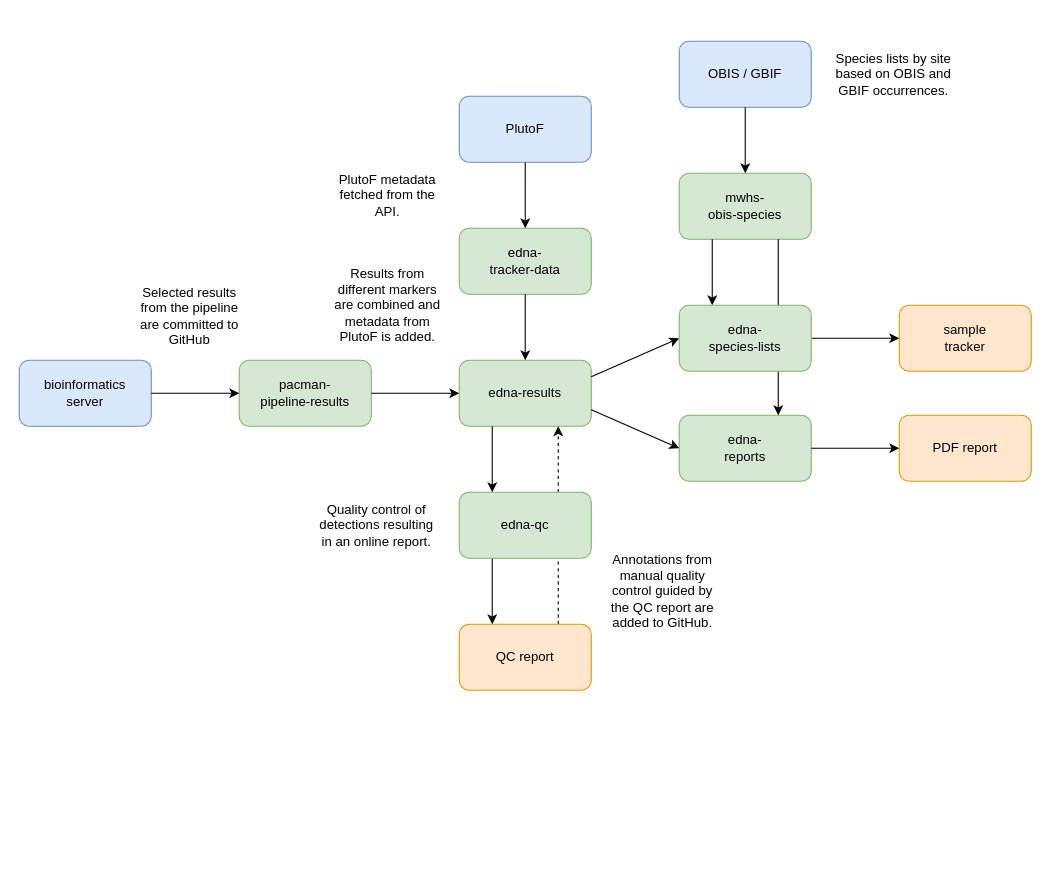
iobis/edna-expeditions keeps this draw.io diagram as data_flow.drawio. Above is the earlier version. Source tidied: cells renumbered, new cells numbered last; positions are measured from the earlier drawing's top-left corner, leaving out a move shared by most shapes. Both pictures are drawn from the tidied source at 110%, with x=0, y=0 at pixel (19, 19).
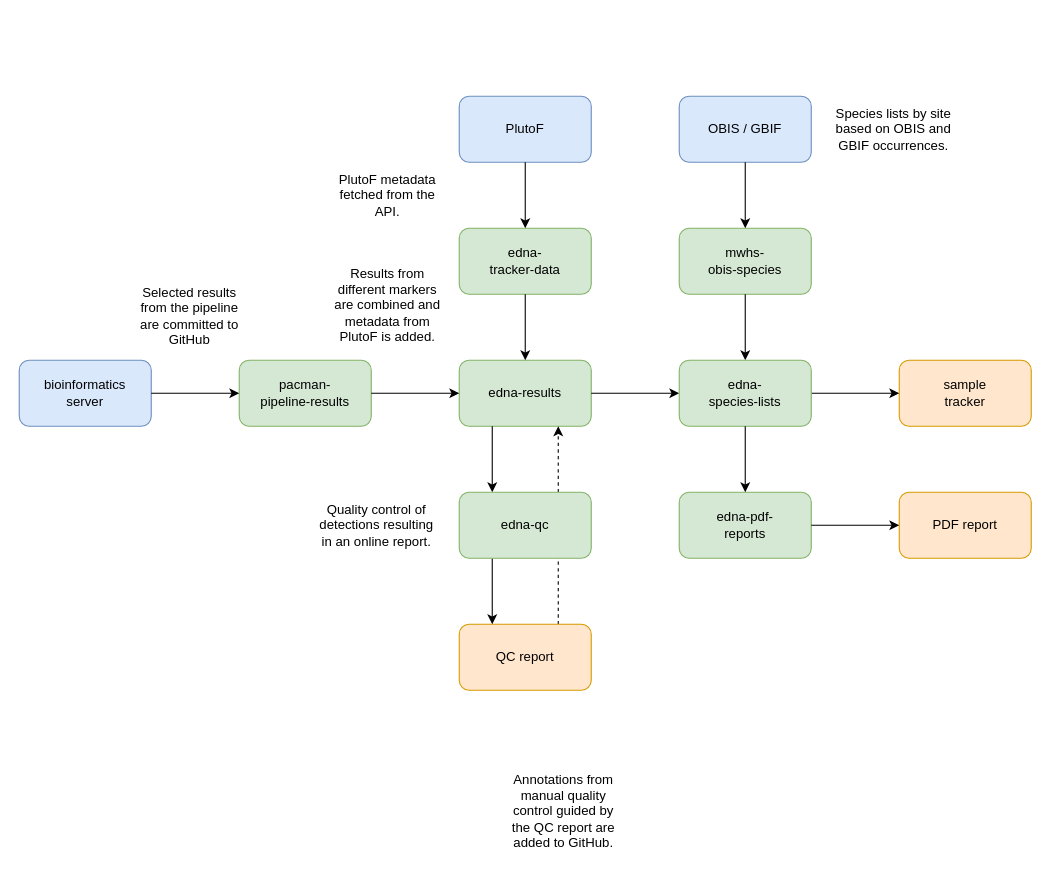
The same diagram, later.

Commit message (it also covers changes not shown here):
updated data flow

Unchanged cells that the change refers to:
```xml
<mxCell id="3" value="edna-results" style="rounded=1;whiteSpace=wrap;html=1;fillColor=#d5e8d4;strokeColor=#82b366;" parent="1" vertex="1">
  <mxGeometry x="400" y="310" width="120" height="60" as="geometry" />
</mxCell>
```

The edit, as a diff of the source:
```diff
@@
-    <mxCell id="7" style="endArrow=classic;html=1;rounded=0;entryX=0;entryY=0.5;entryDx=0;entryDy=0;exitX=1;exitY=0.25;exitDx=0;exitDy=0;" parent="1" edge="1" source="3" target="23">
+    <mxCell id="7" style="endArrow=classic;html=1;rounded=0;entryX=0;entryY=0.5;entryDx=0;entryDy=0;exitX=1;exitY=0.5;exitDx=0;exitDy=0;" parent="1" edge="1" source="3" target="23">
       <mxGeometry relative="1" as="geometry" />
     </mxCell>
     <mxCell id="8" value="mwhs-&lt;br&gt;obis-species" style="rounded=1;whiteSpace=wrap;html=1;fillColor=#d5e8d4;strokeColor=#82b366;" parent="1" vertex="1">
-      <mxGeometry x="600" y="140" width="120" height="60" as="geometry" />
+      <mxGeometry x="600" y="190" width="120" height="60" as="geometry" />
     </mxCell>
-    <mxCell id="9" style="endArrow=classic;html=1;rounded=0;exitX=0.25;exitY=1;exitDx=0;exitDy=0;entryX=0.25;entryY=0;entryDx=0;entryDy=0;" parent="1" edge="1" source="8" target="23">
+    <mxCell id="9" style="endArrow=classic;html=1;rounded=0;exitX=0.5;exitY=1;exitDx=0;exitDy=0;entryX=0.5;entryY=0;entryDx=0;entryDy=0;" parent="1" edge="1" source="8" target="23">
       <mxGeometry relative="1" as="geometry" />
     </mxCell>
@@
     <mxCell id="14" value="sample&lt;br&gt;tracker" style="rounded=1;whiteSpace=wrap;html=1;fillColor=#ffe6cc;strokeColor=#d79b00;" parent="1" vertex="1">
-      <mxGeometry x="800" y="260" width="120" height="60" as="geometry" />
+      <mxGeometry x="800" y="310" width="120" height="60" as="geometry" />
     </mxCell>
@@
-    <mxCell id="16" value="edna-&lt;br&gt;reports" style="rounded=1;whiteSpace=wrap;html=1;fillColor=#d5e8d4;strokeColor=#82b366;" parent="1" vertex="1">
-      <mxGeometry x="600" y="360" width="120" height="60" as="geometry" />
+    <mxCell id="16" value="edna-pdf-&lt;br&gt;reports" style="rounded=1;whiteSpace=wrap;html=1;fillColor=#d5e8d4;strokeColor=#82b366;" parent="1" vertex="1">
+      <mxGeometry x="600" y="430" width="120" height="60" as="geometry" />
     </mxCell>
-    <mxCell id="17" style="endArrow=classic;html=1;rounded=0;entryX=0;entryY=0.5;entryDx=0;entryDy=0;exitX=1;exitY=0.75;exitDx=0;exitDy=0;" parent="1" edge="1" source="3" target="16">
-      <mxGeometry relative="1" as="geometry" />
-    </mxCell>
     <mxCell id="18" value="PDF report" style="rounded=1;whiteSpace=wrap;html=1;fillColor=#ffe6cc;strokeColor=#d79b00;" parent="1" vertex="1">
-      <mxGeometry x="800" y="360" width="120" height="60" as="geometry" />
+      <mxGeometry x="800" y="430" width="120" height="60" as="geometry" />
     </mxCell>
@@
-    <mxCell id="22" style="endArrow=classic;html=1;rounded=0;exitX=0.75;exitY=1;exitDx=0;exitDy=0;entryX=0.75;entryY=0;entryDx=0;entryDy=0;" parent="1" edge="1" source="8" target="16">
-      <mxGeometry relative="1" as="geometry" />
-    </mxCell>
     <mxCell id="23" value="edna-&lt;br&gt;species-lists" style="rounded=1;whiteSpace=wrap;html=1;fillColor=#d5e8d4;strokeColor=#82b366;" parent="1" vertex="1">
-      <mxGeometry x="600" y="260" width="120" height="60" as="geometry" />
+      <mxGeometry x="600" y="310" width="120" height="60" as="geometry" />
     </mxCell>
@@
     <mxCell id="30" value="Annotations from manual quality control guided by the QC report are added to GitHub." style="text;html=1;strokeColor=none;fillColor=none;align=center;verticalAlign=middle;whiteSpace=wrap;rounded=0;" parent="1" vertex="1">
-      <mxGeometry x="530" y="470" width="110" height="100" as="geometry" />
+      <mxGeometry x="440" y="670" width="110" height="100" as="geometry" />
     </mxCell>
     <mxCell id="31" value="Species lists by site based on OBIS and GBIF occurrences." style="text;html=1;strokeColor=none;fillColor=none;align=center;verticalAlign=middle;whiteSpace=wrap;rounded=0;" parent="1" vertex="1">
-      <mxGeometry x="740" width="110" height="100" as="geometry" />
+      <mxGeometry x="740" y="50" width="110" height="100" as="geometry" />
     </mxCell>
     <mxCell id="32" value="OBIS / GBIF" style="rounded=1;whiteSpace=wrap;html=1;fillColor=#dae8fc;strokeColor=#6c8ebf;" parent="1" vertex="1">
-      <mxGeometry x="600" y="20" width="120" height="60" as="geometry" />
+      <mxGeometry x="600" y="70" width="120" height="60" as="geometry" />
     </mxCell>
@@
+    <mxCell id="35" style="endArrow=classic;html=1;rounded=0;exitX=0.5;exitY=1;exitDx=0;exitDy=0;entryX=0.5;entryY=0;entryDx=0;entryDy=0;" parent="1" edge="1" source="23" target="16">
+      <mxGeometry relative="1" as="geometry" />
+    </mxCell>
```
